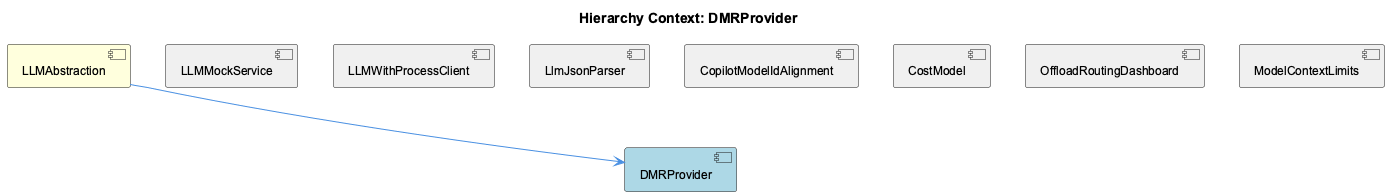
This is knowledge-management/insights/images/dmrprovider-relationship.png from fwornle/coding, a PlantUML export, as it was before one commit.
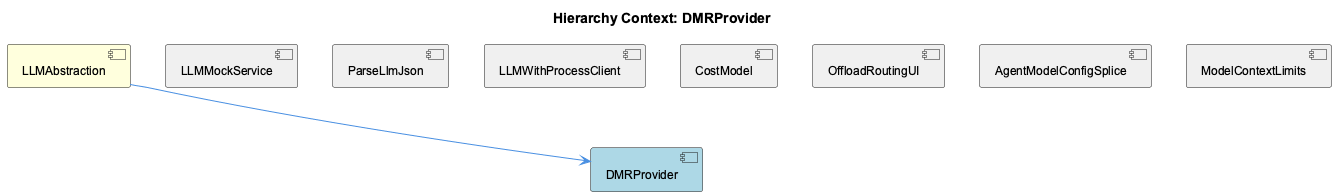
After the change.

Change to the diagram source:
```diff
@@ -6,20 +6,20 @@
 [LLMAbstraction] as llmabstraction #FFFFDD
 [DMRProvider] as dmrprovider #LightBlue
 [LLMMockService] as llmmock_service #F0F0F0
+[ParseLlmJson] as parse_llm_json #F0F0F0
 [LLMWithProcessClient] as llmwith_process_client #F0F0F0
-[LlmJsonParser] as llm_json_parser #F0F0F0
-[CopilotModelIdAlignment] as copilot_model_id_alignment #F0F0F0
 [CostModel] as cost_model #F0F0F0
-[OffloadRoutingDashboard] as offload_routing_dashboard #F0F0F0
+[OffloadRoutingUI] as offload_routing_ui #F0F0F0
+[AgentModelConfigSplice] as agent_model_config_splice #F0F0F0
 [ModelContextLimits] as model_context_limits #F0F0F0
 
 llmabstraction --> dmrprovider
 llmmock_service -[hidden]- dmrprovider
+parse_llm_json -[hidden]- dmrprovider
 llmwith_process_client -[hidden]- dmrprovider
-llm_json_parser -[hidden]- dmrprovider
-copilot_model_id_alignment -[hidden]- dmrprovider
 cost_model -[hidden]- dmrprovider
-offload_routing_dashboard -[hidden]- dmrprovider
+offload_routing_ui -[hidden]- dmrprovider
+agent_model_config_splice -[hidden]- dmrprovider
 model_context_limits -[hidden]- dmrprovider
 
 @enduml
```
